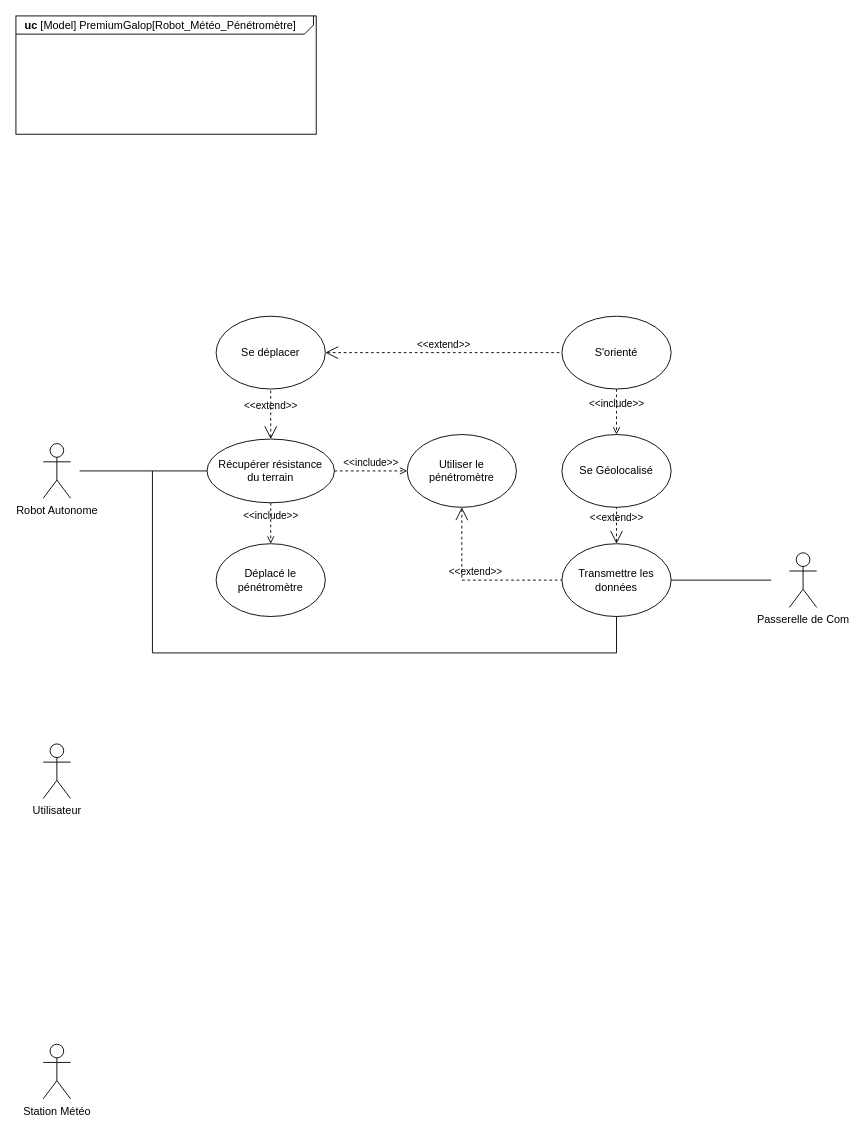
The draw.io diagram SYSML/UseCase.drawio in ToGen49/Hippodrome, before the edit. Source tidied: cells renumbered, new cells numbered last; positions are measured from the earlier drawing's top-left corner, leaving out a move shared by most shapes. Both pictures are drawn from the tidied source at 91%, with x=0, y=0 at pixel (15, 15).
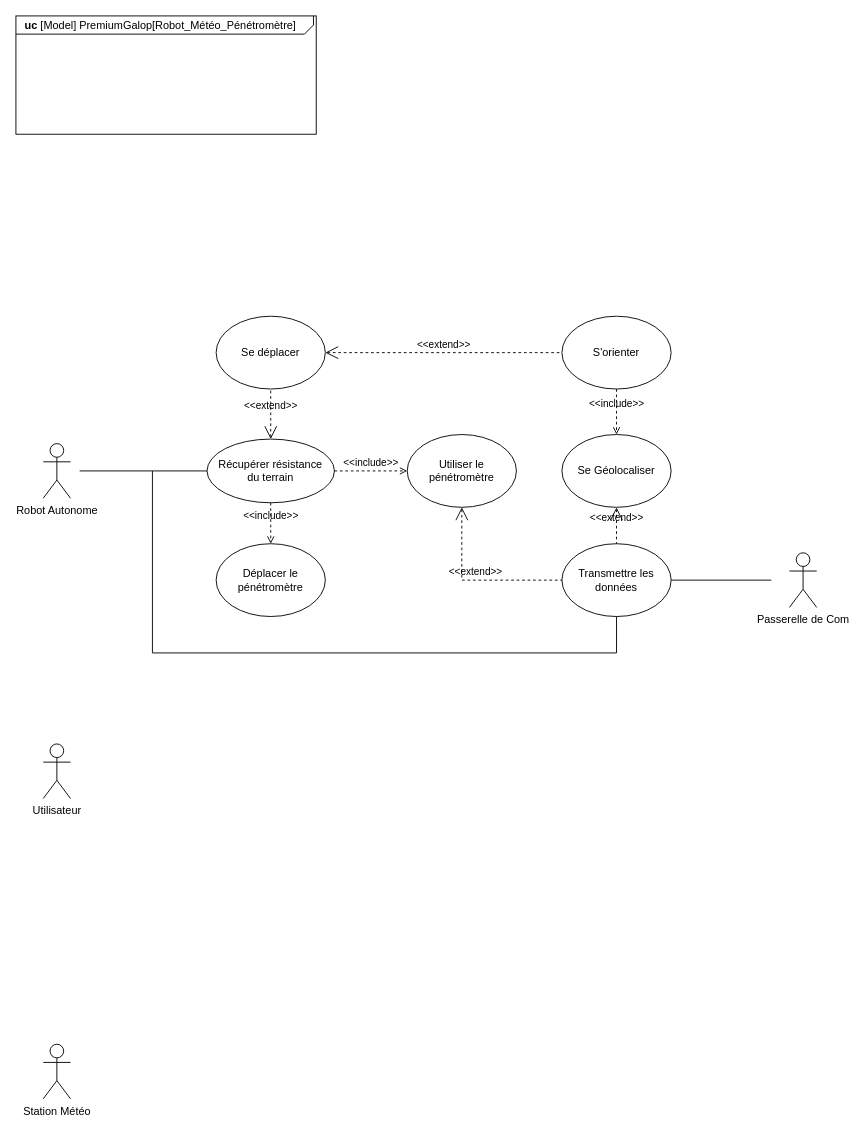
The same page after the edit.

Commit message:
Mettre à jour UseCase.drawio

Unchanged cells that the change refers to:
```xml
<mxCell id="16" value="Transmettre les données" style="ellipse;whiteSpace=wrap;html=1;" parent="1" vertex="1">
  <mxGeometry x="600" y="580" width="120" height="80" as="geometry" />
</mxCell>
```

The edit, as a diff of the source:
```diff
@@
-    <mxCell id="8" value="Déplacé le pénétromètre" style="ellipse;whiteSpace=wrap;html=1;" parent="1" vertex="1">
+    <mxCell id="8" value="Déplacer le pénétromètre" style="ellipse;whiteSpace=wrap;html=1;" parent="1" vertex="1">
       <mxGeometry x="220" y="580" width="120" height="80" as="geometry" />
     </mxCell>
@@
-    <mxCell id="10" value="S'orienté" style="ellipse;whiteSpace=wrap;html=1;" parent="1" vertex="1">
+    <mxCell id="10" value="S'orienter" style="ellipse;whiteSpace=wrap;html=1;" parent="1" vertex="1">
       <mxGeometry x="600" y="330" width="120" height="80" as="geometry" />
     </mxCell>
-    <mxCell id="11" value="Se Géolocalisé" style="ellipse;whiteSpace=wrap;html=1;" parent="1" vertex="1">
+    <mxCell id="11" value="Se Géolocaliser" style="ellipse;whiteSpace=wrap;html=1;" parent="1" vertex="1">
       <mxGeometry x="600" y="460" width="120" height="80" as="geometry" />
     </mxCell>
@@
-    <mxCell id="20" value="&amp;lt;&amp;lt;extend&amp;gt;&amp;gt;" style="edgeStyle=none;html=1;startArrow=open;endArrow=none;startSize=12;verticalAlign=bottom;dashed=1;labelBackgroundColor=none;rounded=0;exitX=0.5;exitY=0;exitDx=0;exitDy=0;entryX=0.5;entryY=1;entryDx=0;entryDy=0;" parent="1" edge="1" source="16" target="11">
+    <mxCell id="20" value="&amp;lt;&amp;lt;extend&amp;gt;&amp;gt;" style="edgeStyle=none;html=1;startArrow=open;endArrow=none;startSize=12;verticalAlign=bottom;dashed=1;labelBackgroundColor=none;rounded=0;entryX=0.5;entryY=0;entryDx=0;entryDy=0;exitX=0.5;exitY=1;exitDx=0;exitDy=0;" parent="1" edge="1" source="11" target="16">
       <mxGeometry relative="1" as="geometry" />
     </mxCell>
```
